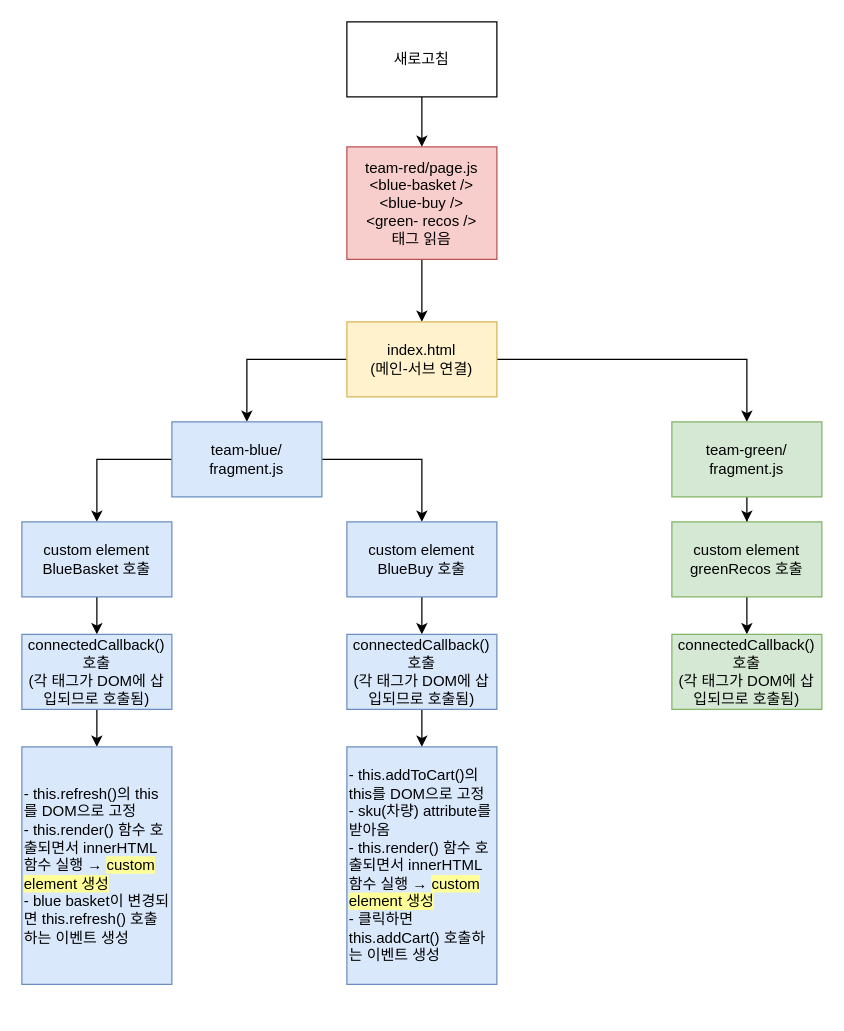
The draw.io diagram micro-frontend-lifecycle.drawio in unuhqueen/Micro-Frontend, before the edit. Source tidied: cells renumbered, new cells numbered last; positions are measured from the earlier drawing's top-left corner, leaving out a move shared by most shapes. Both pictures are drawn from the tidied source at 125%, with x=0, y=0 at pixel (21, 21).
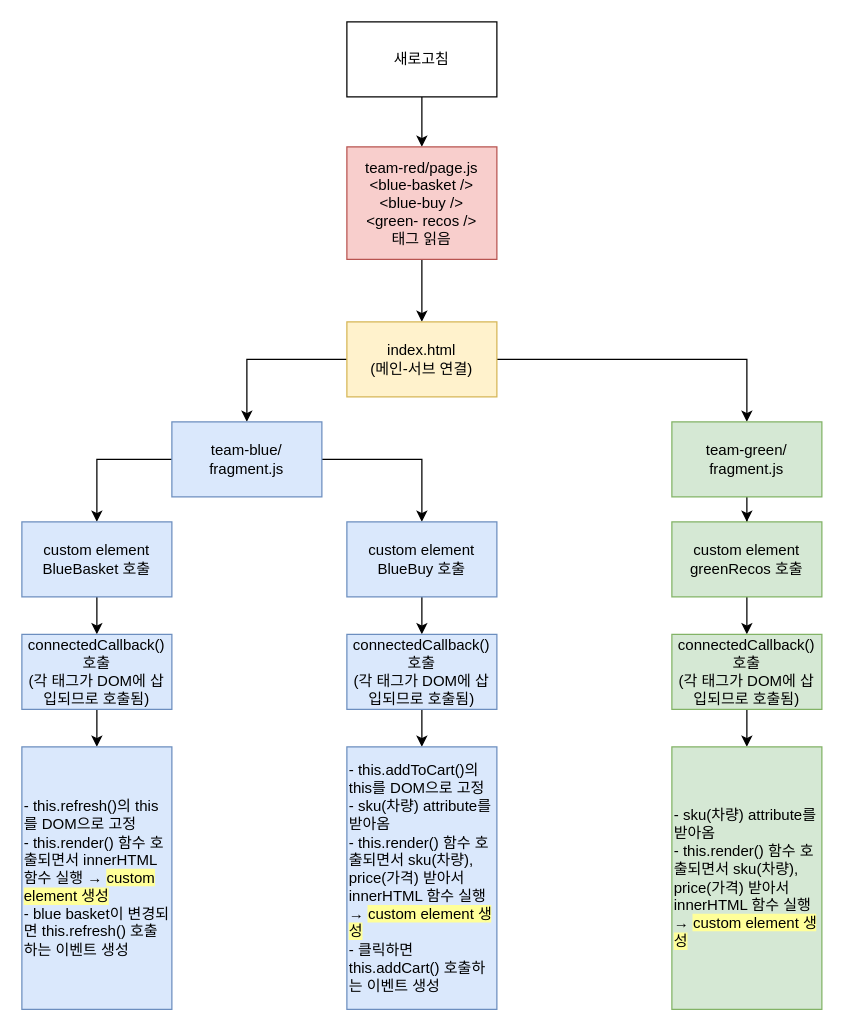
The same page after the edit.

Commit message:
새로고침 완료

Unchanged cells that the change refers to:
```xml
<mxCell id="24" value="connectedCallback()&lt;br&gt;호출&lt;br&gt;(각 태그가 DOM에 삽입되므로 호출됨)" style="rounded=0;whiteSpace=wrap;html=1;fillColor=#d5e8d4;strokeColor=#82b366;" parent="1" vertex="1">
  <mxGeometry x="520" y="490" width="120" height="60" as="geometry" />
</mxCell>
```

Diff of the diagram source:
```diff
@@
+    <mxCell id="27" style="edgeStyle=orthogonalEdgeStyle;rounded=0;jettySize=auto;html=1;entryX=0.5;entryY=0;entryDx=0;entryDy=0;" parent="1" edge="1" source="24" target="28">
+      <mxGeometry relative="1" as="geometry" />
+    </mxCell>
@@
     <mxCell id="25" value="- this.refresh()의 this를 DOM으로 고정&lt;br&gt;- this.render() 함수 호출되면서 innerHTML 함수 실행 → &lt;span style=&quot;background-color: rgb(255 , 255 , 153)&quot;&gt;custom element 생성&lt;/span&gt;&lt;br&gt;- blue basket이 변경되면 this.refresh() 호출하는 이벤트 생성" style="rounded=0;whiteSpace=wrap;html=1;fillColor=#dae8fc;strokeColor=#6c8ebf;align=left;" parent="1" vertex="1">
-      <mxGeometry y="580" width="120" height="190" as="geometry" />
+      <mxGeometry y="580" width="120" height="210" as="geometry" />
     </mxCell>
-    <mxCell id="26" value="- this.addToCart()의 this를 DOM으로 고정&lt;br&gt;- sku(차량) attribute를 받아옴&lt;br&gt;- this.render() 함수 호출되면서 innerHTML 함수 실행 →&amp;nbsp;&lt;span style=&quot;background-color: rgb(255 , 255 , 153)&quot;&gt;custom element 생성&lt;/span&gt;&lt;br&gt;- 클릭하면 this.addCart() 호출하는 이벤트 생성" style="rounded=0;whiteSpace=wrap;html=1;fillColor=#dae8fc;strokeColor=#6c8ebf;align=left;" parent="1" vertex="1">
-      <mxGeometry x="260" y="580" width="120" height="190" as="geometry" />
+    <mxCell id="26" value="- this.addToCart()의 this를 DOM으로 고정&lt;br&gt;- sku(차량) attribute를 받아옴&lt;br&gt;- this.render() 함수 호출되면서 sku(차량), price(가격) 받아서 innerHTML 함수 실행 →&amp;nbsp;&lt;span style=&quot;background-color: rgb(255 , 255 , 153)&quot;&gt;custom element 생성&lt;/span&gt;&lt;br&gt;- 클릭하면 this.addCart() 호출하는 이벤트 생성" style="rounded=0;whiteSpace=wrap;html=1;fillColor=#dae8fc;strokeColor=#6c8ebf;align=left;" parent="1" vertex="1">
+      <mxGeometry x="260" y="580" width="120" height="210" as="geometry" />
     </mxCell>
+    <mxCell id="28" value="- sku(차량) attribute를 받아옴&lt;br&gt;- this.render() 함수 호출되면서 sku(차량), price(가격) 받아서 innerHTML 함수 실행 →&amp;nbsp;&lt;span style=&quot;background-color: rgb(255 , 255 , 153)&quot;&gt;custom element 생성&lt;/span&gt;" style="rounded=0;whiteSpace=wrap;html=1;fillColor=#d5e8d4;strokeColor=#82b366;align=left;" parent="1" vertex="1">
+      <mxGeometry x="520" y="580" width="120" height="210" as="geometry" />
+    </mxCell>
```
